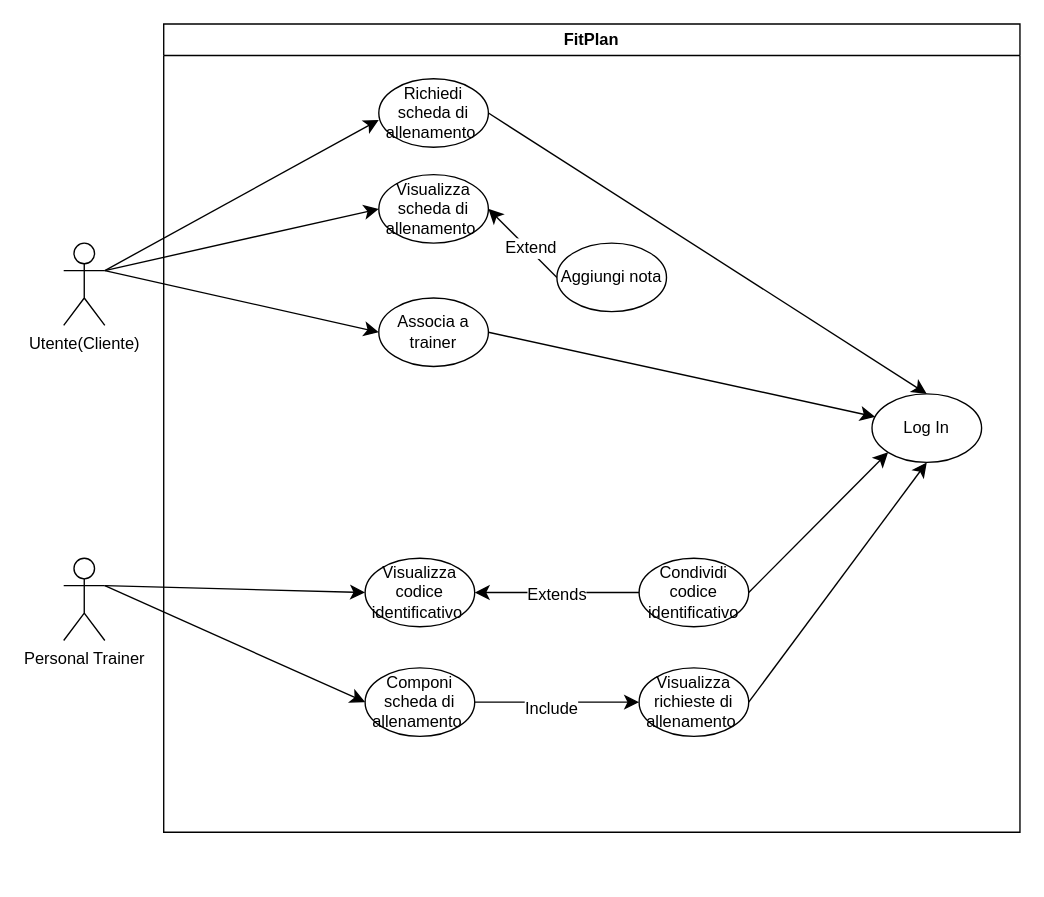
This is Diagramma senza titolo.drawio from FedericoSib/FitPlan, a draw.io file, before an edit. Source tidied: cells renumbered, new cells numbered last; positions are measured from the earlier drawing's top-left corner, leaving out a move shared by most shapes. Both pictures are drawn from the tidied source at 137%, with x=0, y=0 at pixel (63, 23).
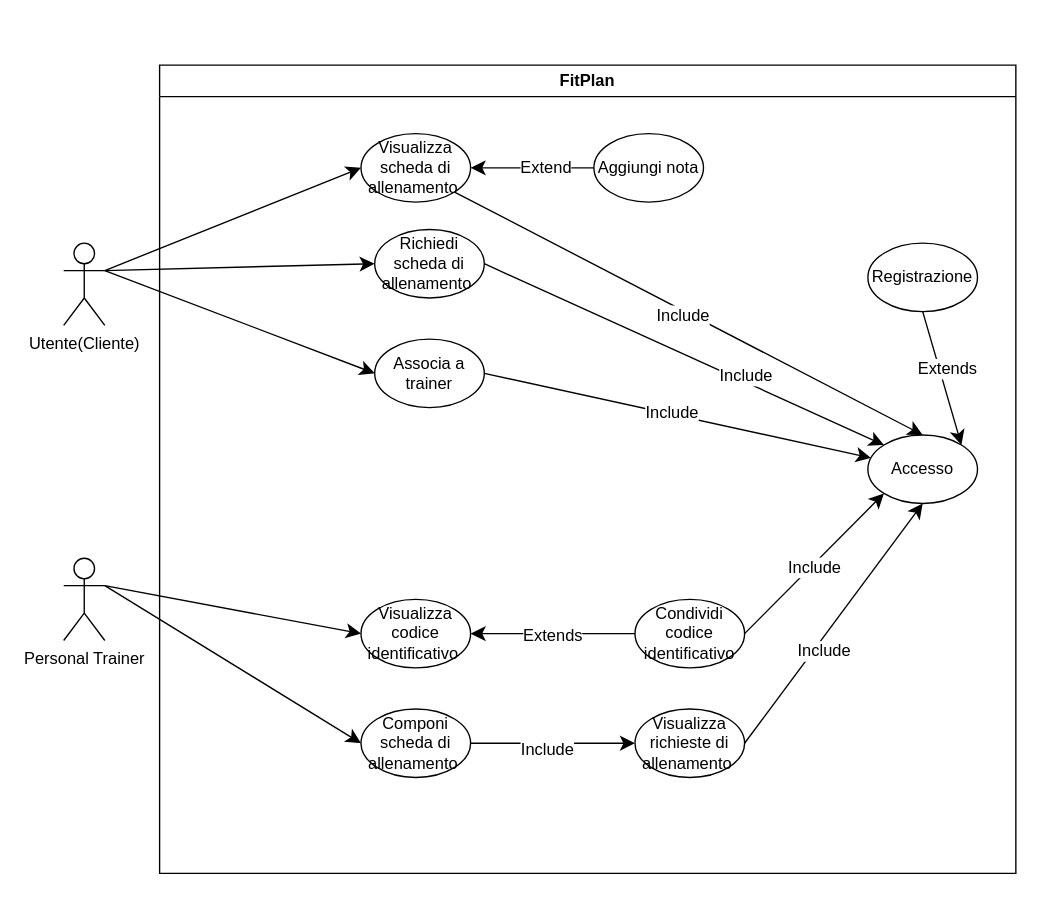
After the change.

The change refers to these unchanged cells:
```xml
<mxCell id="18" style="edgeStyle=none;jettySize=auto;html=1;rounded=0;fontSize=12;startSize=8;endSize=8;curved=1;exitX=1;exitY=0.5;exitDx=0;exitDy=0;entryX=0;entryY=1;entryDx=0;entryDy=0;" parent="2" edge="1" source="7" target="3">
  <mxGeometry relative="1" as="geometry" />
</mxCell>
<mxCell id="19" style="edgeStyle=none;jettySize=auto;html=1;rounded=0;fontSize=12;startSize=8;endSize=8;curved=1;exitX=1;exitY=0.5;exitDx=0;exitDy=0;entryX=0.5;entryY=1;entryDx=0;entryDy=0;" parent="2" edge="1" source="11" target="3">
  <mxGeometry relative="1" as="geometry" />
</mxCell>
<mxCell id="20" style="edgeStyle=none;jettySize=auto;html=1;rounded=0;fontSize=12;startSize=8;endSize=8;curved=1;exitX=1;exitY=0.5;exitDx=0;exitDy=0;" parent="2" edge="1" source="8" target="3">
  <mxGeometry relative="1" as="geometry" />
</mxCell>
<mxCell id="22" value="Utente(Cliente)" style="shape=umlActor;verticalLabelPosition=bottom;verticalAlign=top;html=1;outlineConnect=0;" parent="1" vertex="1">
  <mxGeometry y="160" width="30" height="60" as="geometry" />
</mxCell>
```

What changed in the source:
```diff
@@
     <mxCell id="2" value="FitPlan" style="swimlane;whiteSpace=wrap;html=1;" parent="1" vertex="1">
-      <mxGeometry x="73" width="625" height="590" as="geometry" />
+      <mxGeometry x="70" y="30" width="625" height="590" as="geometry" />
     </mxCell>
-    <mxCell id="3" value="Log In" style="ellipse;whiteSpace=wrap;html=1;" parent="2" vertex="1">
+    <mxCell id="3" value="Accesso" style="ellipse;whiteSpace=wrap;html=1;" parent="2" vertex="1">
       <mxGeometry x="517" y="270" width="80" height="50" as="geometry" />
     </mxCell>
     <mxCell id="4" value="Visualizza scheda di allenamento&amp;nbsp;" style="ellipse;whiteSpace=wrap;html=1;" parent="2" vertex="1">
-      <mxGeometry x="157" y="110" width="80" height="50" as="geometry" />
+      <mxGeometry x="147" y="50" width="80" height="50" as="geometry" />
     </mxCell>
     <mxCell id="5" value="Aggiungi nota" style="ellipse;whiteSpace=wrap;html=1;points=[[0,0,0,0,0],[0,0.5,0,0,0],[0,1,0,0,0],[0.5,0,0,0,0],[0.5,1,0,0,0],[1,0,0,0,0],[1,0.5,0,0,0],[1,1,0,0,0]];" parent="2" vertex="1">
-      <mxGeometry x="287" y="160" width="80" height="50" as="geometry" />
+      <mxGeometry x="317" y="50" width="80" height="50" as="geometry" />
     </mxCell>
@@
     <mxCell id="9" value="Richiedi scheda di allenamento&amp;nbsp;" style="ellipse;whiteSpace=wrap;html=1;" parent="2" vertex="1">
-      <mxGeometry x="157" y="40" width="80" height="50" as="geometry" />
+      <mxGeometry x="157" y="120" width="80" height="50" as="geometry" />
     </mxCell>
@@
+    <mxCell id="29" value="Include" style="edgeLabel;html=1;align=center;verticalAlign=middle;fontSize=12;" parent="18" vertex="1">
+      <mxGeometry x="-0.03" y="-2" relative="1" as="geometry" />
+    </mxCell>
@@
+    <mxCell id="30" value="Include" style="edgeLabel;html=1;align=center;verticalAlign=middle;fontSize=12;" parent="19" vertex="1">
+      <mxGeometry x="-0.19" y="-6" relative="1" as="geometry" />
+    </mxCell>
@@
+    <mxCell id="31" value="Include" style="edgeLabel;html=1;align=center;verticalAlign=middle;fontSize=12;" parent="20" vertex="1">
+      <mxGeometry x="-0.03" y="1" relative="1" as="geometry" />
+    </mxCell>
-    <mxCell id="21" style="edgeStyle=none;jettySize=auto;html=1;rounded=0;fontSize=12;startSize=8;endSize=8;curved=1;exitX=1;exitY=0.5;exitDx=0;exitDy=0;entryX=0.5;entryY=0;entryDx=0;entryDy=0;" parent="2" edge="1" source="9" target="3">
+    <mxCell id="21" style="edgeStyle=none;jettySize=auto;html=1;rounded=0;fontSize=12;startSize=8;endSize=8;curved=1;exitX=1;exitY=0.5;exitDx=0;exitDy=0;entryX=0;entryY=0;entryDx=0;entryDy=0;" parent="2" edge="1" source="9" target="3">
       <mxGeometry relative="1" as="geometry" />
     </mxCell>
+    <mxCell id="32" value="Include" style="edgeLabel;html=1;align=center;verticalAlign=middle;fontSize=12;" parent="21" vertex="1">
+      <mxGeometry x="0.29" y="4" relative="1" as="geometry" />
+    </mxCell>
+    <mxCell id="33" style="edgeStyle=none;jettySize=auto;html=1;rounded=0;fontSize=12;startSize=8;endSize=8;curved=1;exitX=1;exitY=1;exitDx=0;exitDy=0;entryX=0.5;entryY=0;entryDx=0;entryDy=0;" parent="2" edge="1" source="4" target="3">
+      <mxGeometry relative="1" as="geometry" />
+    </mxCell>
+    <mxCell id="34" value="Include" style="edgeLabel;html=1;align=center;verticalAlign=middle;fontSize=12;" parent="33" vertex="1">
+      <mxGeometry x="-0.02" y="-4" relative="1" as="geometry">
+        <mxPoint y="-1" as="offset" />
+      </mxGeometry>
+    </mxCell>
+    <mxCell id="35" value="Registrazione" style="ellipse;whiteSpace=wrap;html=1;" parent="2" vertex="1">
+      <mxGeometry x="517" y="130" width="80" height="50" as="geometry" />
+    </mxCell>
+    <mxCell id="36" style="edgeStyle=none;jettySize=auto;html=1;rounded=0;fontSize=12;startSize=8;endSize=8;curved=1;entryX=1;entryY=0;entryDx=0;entryDy=0;exitX=0.5;exitY=1;exitDx=0;exitDy=0;" parent="2" edge="1" source="35" target="3">
+      <mxGeometry relative="1" as="geometry" />
+    </mxCell>
+    <mxCell id="37" value="Extends" style="edgeLabel;html=1;align=center;verticalAlign=middle;fontSize=12;" parent="36" vertex="1">
+      <mxGeometry x="-0.12" y="5" relative="1" as="geometry" />
+    </mxCell>
@@
-    <mxCell id="24" style="edgeStyle=none;jettySize=auto;html=1;rounded=0;fontSize=12;startSize=8;endSize=8;curved=1;exitX=1;exitY=0.3333333333333333;exitDx=0;exitDy=0;exitPerimeter=0;" parent="1" edge="1" source="22">
-      <mxGeometry relative="1" as="geometry">
-        <mxPoint x="230" y="70" as="targetPoint" />
-      </mxGeometry>
+    <mxCell id="24" style="edgeStyle=none;jettySize=auto;html=1;rounded=0;fontSize=12;startSize=8;endSize=8;curved=1;exitX=1;exitY=0.3333333333333333;exitDx=0;exitDy=0;exitPerimeter=0;entryX=0;entryY=0.5;entryDx=0;entryDy=0;" parent="1" edge="1" source="22" target="9">
+      <mxGeometry relative="1" as="geometry" />
     </mxCell>
```
